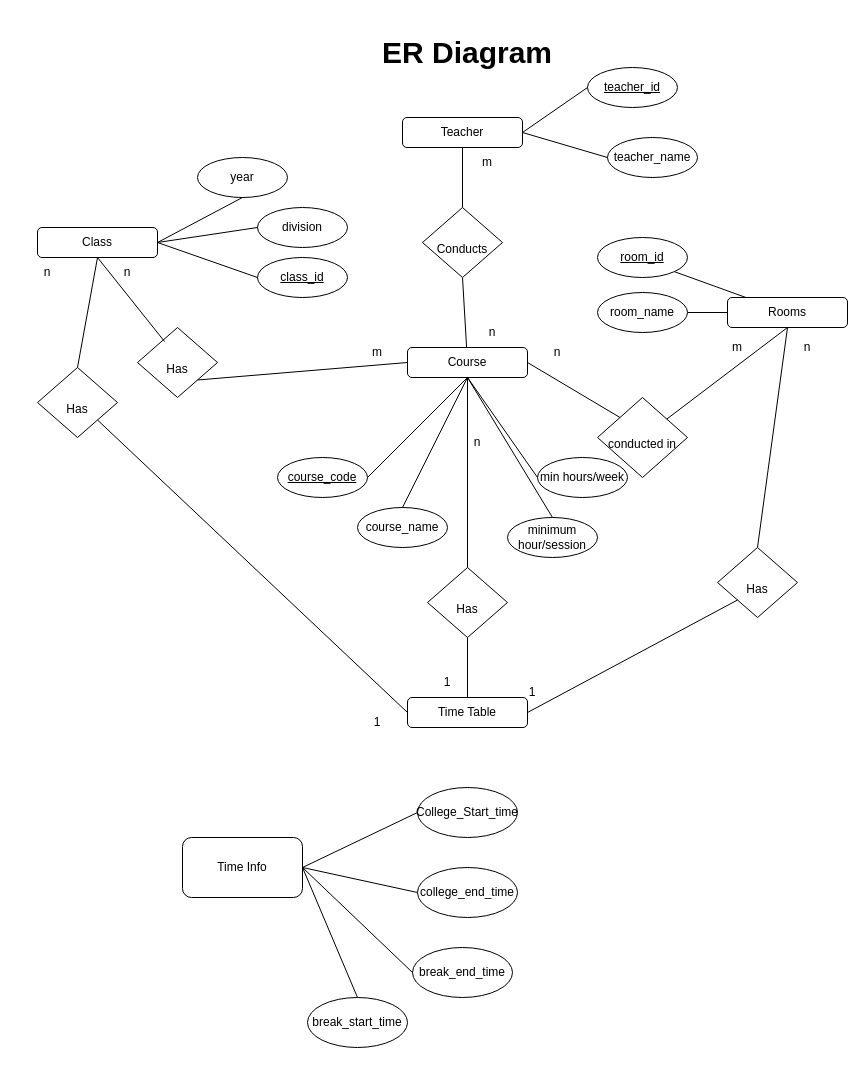
Earlier version of the draw.io diagram Database/ER Diagram.drawio (parmar-mohit/Automated_Time_Table_Scheduler). Source tidied: cells renumbered, new cells numbered last; positions are measured from the earlier drawing's top-left corner, leaving out a move shared by most shapes. Both pictures are drawn from the tidied source at 100%, with x=0, y=0 at pixel (17, 17).
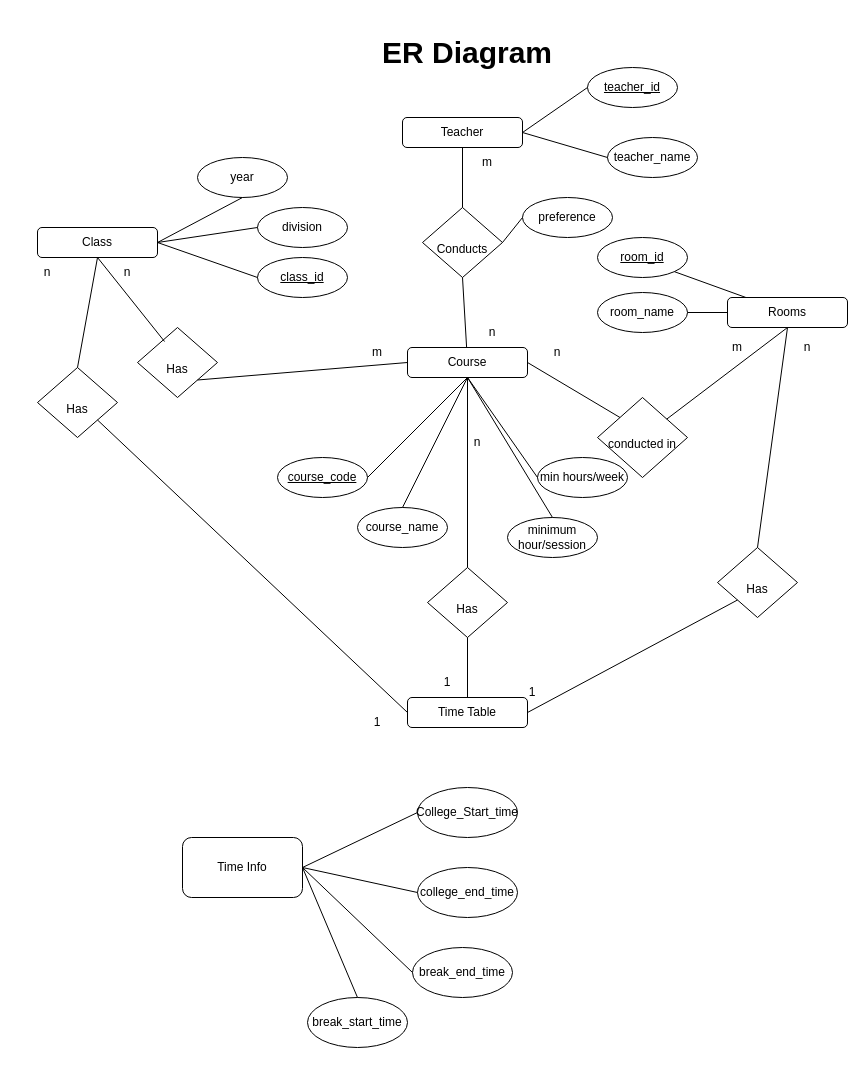
After the change.

Commit message (it also covers changes not shown here):
Add Preference Table to add Teacher Panel

The change refers to these unchanged cells:
```xml
<mxCell id="7" value="&lt;span style=&quot;font-size: 12px;&quot;&gt;Conducts&lt;br&gt;&lt;/span&gt;" style="rhombus;whiteSpace=wrap;html=1;fontSize=30;fontStyle=0;" parent="1" vertex="1">
  <mxGeometry x="405" y="190" width="80" height="70" as="geometry" />
</mxCell>
```

The edit, as a diff of the source:
```diff
@@
+    <mxCell id="69" value="preference" style="ellipse;whiteSpace=wrap;html=1;fontSize=12;" parent="1" vertex="1">
+      <mxGeometry x="505" y="180" width="90" height="40" as="geometry" />
+    </mxCell>
+    <mxCell id="70" style="endArrow=none;html=1;rounded=0;entryX=0;entryY=0.5;entryDx=0;entryDy=0;exitX=1;exitY=0.5;exitDx=0;exitDy=0;" parent="1" edge="1" source="7" target="69">
+      <mxGeometry relative="1" as="geometry" />
+    </mxCell>
```
